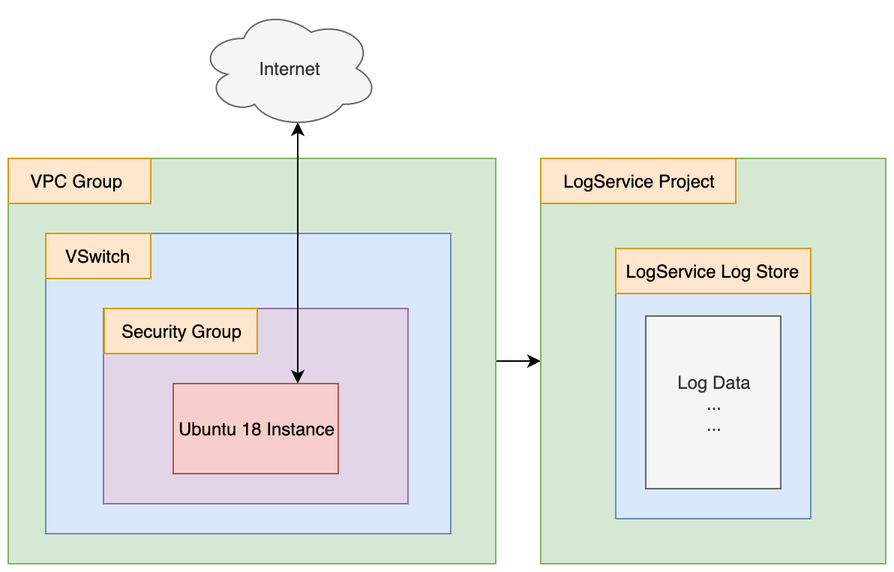
Earlier version of the draw.io export abc/vpc-flowlog-demo/diagrams/simple_flowlog_test.png (claytonbrown/terraformExamples). Source tidied: cells renumbered, new cells last; positions are measured from the earlier drawing's top-left corner, leaving out a move shared by most shapes.
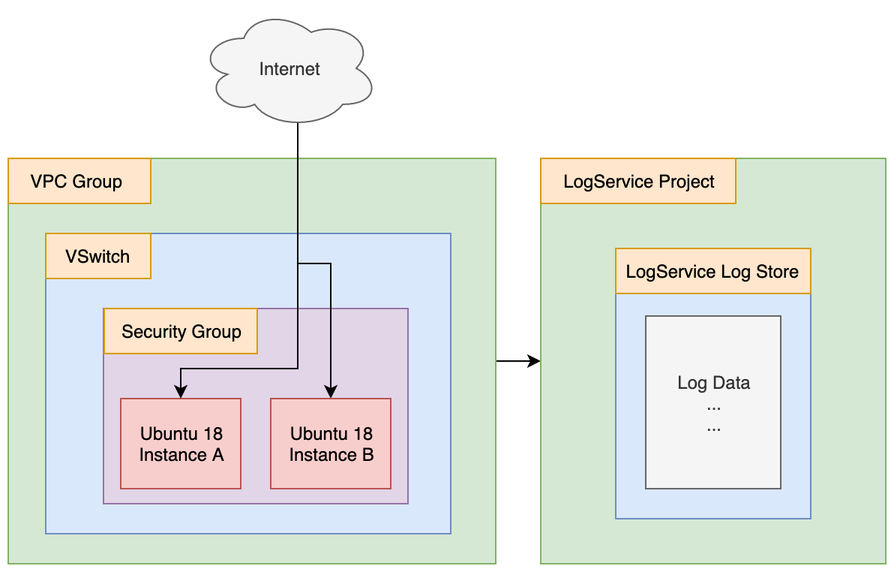
Later version of the same file.

Commit message:
Updated diagram for vpc-flowlog-demo

What changed in the source:
```diff
@@ -17,11 +17,8 @@
     <mxCell id="6" style="rounded=0;whiteSpace=wrap;html=1;fillColor=#e1d5e7;strokeColor=#9673a6;" parent="1" vertex="1">
       <mxGeometry x="63.5" y="200" width="203" height="130" as="geometry" />
     </mxCell>
-    <mxCell id="7" style="edgeStyle=orthogonalEdgeStyle;rounded=0;jettySize=auto;html=1;exitX=0.75;exitY=0;exitDx=0;exitDy=0;entryX=0.55;entryY=0.95;entryDx=0;entryDy=0;entryPerimeter=0;startArrow=classic;startFill=1;" parent="1" edge="1" source="8" target="11">
-      <mxGeometry relative="1" as="geometry" />
-    </mxCell>
-    <mxCell id="8" value="Ubuntu 18 Instance" style="rounded=0;whiteSpace=wrap;html=1;fillColor=#f8cecc;strokeColor=#b85450;" parent="1" vertex="1">
-      <mxGeometry x="110" y="250" width="110" height="60" as="geometry" />
+    <mxCell id="8" value="Ubuntu 18&lt;br&gt;Instance A" style="rounded=0;whiteSpace=wrap;html=1;fillColor=#f8cecc;strokeColor=#b85450;" parent="1" vertex="1">
+      <mxGeometry x="75" y="260" width="80" height="60" as="geometry" />
     </mxCell>
     <mxCell id="9" value="Security Group" style="rounded=0;whiteSpace=wrap;html=1;fillColor=#ffe6cc;strokeColor=#d79b00;" parent="1" vertex="1">
       <mxGeometry x="64" y="200" width="102" height="30" as="geometry" />
@@ -29,6 +26,17 @@
     <mxCell id="10" value="VSwitch" style="rounded=0;whiteSpace=wrap;html=1;fillColor=#ffe6cc;strokeColor=#d79b00;" parent="1" vertex="1">
       <mxGeometry x="25" y="150" width="70" height="30" as="geometry" />
     </mxCell>
+    <mxCell id="17" style="edgeStyle=orthogonalEdgeStyle;rounded=0;jettySize=auto;html=1;exitX=0.55;exitY=0.95;exitDx=0;exitDy=0;exitPerimeter=0;entryX=0.5;entryY=0;entryDx=0;entryDy=0;" parent="1" edge="1" source="11" target="8">
+      <mxGeometry relative="1" as="geometry">
+        <Array as="points">
+          <mxPoint x="193" y="240" />
+          <mxPoint x="115" y="240" />
+        </Array>
+      </mxGeometry>
+    </mxCell>
+    <mxCell id="18" style="edgeStyle=orthogonalEdgeStyle;rounded=0;jettySize=auto;html=1;exitX=0.55;exitY=0.95;exitDx=0;exitDy=0;exitPerimeter=0;entryX=0.5;entryY=0;entryDx=0;entryDy=0;" parent="1" edge="1" source="11" target="19">
+      <mxGeometry relative="1" as="geometry" />
+    </mxCell>
     <mxCell id="11" value="Internet" style="ellipse;shape=cloud;whiteSpace=wrap;html=1;fillColor=#f5f5f5;strokeColor=#666666;fontColor=#333333;" parent="1" vertex="1">
       <mxGeometry x="127" width="120" height="80" as="geometry" />
     </mxCell>
@@ -47,5 +55,8 @@
     <mxCell id="16" value="Log Data&lt;br&gt;...&lt;br&gt;..." style="rounded=0;whiteSpace=wrap;html=1;fillColor=#f5f5f5;strokeColor=#666666;fontColor=#333333;" parent="1" vertex="1">
       <mxGeometry x="425" y="205" width="90" height="115" as="geometry" />
     </mxCell>
+    <mxCell id="19" value="Ubuntu 18&lt;br&gt;Instance B" style="rounded=0;whiteSpace=wrap;html=1;fillColor=#f8cecc;strokeColor=#b85450;" parent="1" vertex="1">
+      <mxGeometry x="175" y="260" width="80" height="60" as="geometry" />
+    </mxCell>
   </root>
 </mxGraphModel>
```
